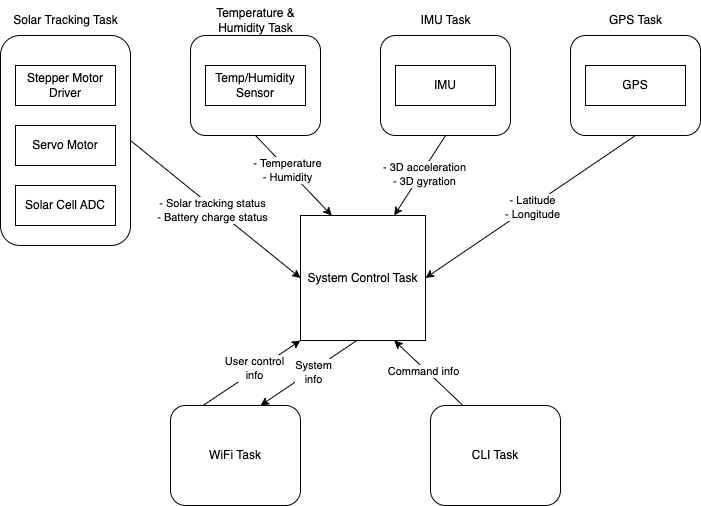
ese5160/final-project-a07g-a14g-t02-a-p-a-t-h-y keeps this draw.io diagram as a07g_images/a07g_tasks.png. Above is the earlier version. Source tidied: cells renumbered, new cells last; positions are measured from the earlier drawing's top-left corner, leaving out a move shared by most shapes. The source it was exported from:
```xml
<mxGraphModel>
  <root>
    <mxCell id="0" />
    <mxCell id="1" parent="0" />
    <mxCell id="2" value="System Control Task" style="whiteSpace=wrap;html=1;" parent="1" vertex="1">
      <mxGeometry x="300" y="215" width="125" height="125" as="geometry" />
    </mxCell>
    <mxCell id="3" style="rounded=1;whiteSpace=wrap;html=1;fillColor=none;" parent="1" vertex="1">
      <mxGeometry y="35" width="130" height="210" as="geometry" />
    </mxCell>
    <mxCell id="4" value="Solar Tracking Task" style="text;html=1;align=center;verticalAlign=middle;strokeColor=none;fillColor=none;" parent="1" vertex="1">
      <mxGeometry y="5" width="130" height="30" as="geometry" />
    </mxCell>
    <mxCell id="5" value="Stepper Motor Driver" style="rounded=0;whiteSpace=wrap;html=1;" parent="1" vertex="1">
      <mxGeometry x="15" y="65" width="100" height="40" as="geometry" />
    </mxCell>
    <mxCell id="6" value="Servo Motor" style="rounded=0;whiteSpace=wrap;html=1;" parent="1" vertex="1">
      <mxGeometry x="15" y="125" width="100" height="40" as="geometry" />
    </mxCell>
    <mxCell id="7" value="Solar Cell ADC" style="rounded=0;whiteSpace=wrap;html=1;" parent="1" vertex="1">
      <mxGeometry x="15" y="185" width="100" height="40" as="geometry" />
    </mxCell>
    <mxCell id="8" style="rounded=1;whiteSpace=wrap;html=1;fillColor=none;" parent="1" vertex="1">
      <mxGeometry x="190" y="35" width="130" height="100" as="geometry" />
    </mxCell>
    <mxCell id="9" value="Temperature &amp;amp;&lt;div&gt;Humidity&amp;nbsp;&lt;span style=&quot;background-color: transparent; color: light-dark(rgb(0, 0, 0), rgb(255, 255, 255));&quot;&gt;Task&lt;/span&gt;&lt;/div&gt;" style="text;html=1;align=center;verticalAlign=middle;strokeColor=none;fillColor=none;" parent="1" vertex="1">
      <mxGeometry x="205" width="100" height="40" as="geometry" />
    </mxCell>
    <mxCell id="10" value="Temp/Humidity Sensor" style="rounded=0;whiteSpace=wrap;html=1;" parent="1" vertex="1">
      <mxGeometry x="205" y="65" width="100" height="40" as="geometry" />
    </mxCell>
    <mxCell id="11" style="rounded=1;whiteSpace=wrap;html=1;fillColor=none;" parent="1" vertex="1">
      <mxGeometry x="380" y="35" width="130" height="100" as="geometry" />
    </mxCell>
    <mxCell id="12" value="IMU Task" style="text;html=1;align=center;verticalAlign=middle;strokeColor=none;fillColor=none;" parent="1" vertex="1">
      <mxGeometry x="410" y="5" width="70" height="30" as="geometry" />
    </mxCell>
    <mxCell id="13" value="IMU" style="rounded=0;whiteSpace=wrap;html=1;" parent="1" vertex="1">
      <mxGeometry x="395" y="65" width="100" height="40" as="geometry" />
    </mxCell>
    <mxCell id="14" style="rounded=1;whiteSpace=wrap;html=1;fillColor=none;" parent="1" vertex="1">
      <mxGeometry x="570" y="35" width="130" height="100" as="geometry" />
    </mxCell>
    <mxCell id="15" value="GPS Task" style="text;html=1;align=center;verticalAlign=middle;strokeColor=none;fillColor=none;" parent="1" vertex="1">
      <mxGeometry x="595" y="5" width="80" height="30" as="geometry" />
    </mxCell>
    <mxCell id="16" value="GPS" style="rounded=0;whiteSpace=wrap;html=1;" parent="1" vertex="1">
      <mxGeometry x="585" y="65" width="100" height="40" as="geometry" />
    </mxCell>
    <mxCell id="17" value="WiFi Task" style="rounded=1;whiteSpace=wrap;html=1;fillColor=none;" parent="1" vertex="1">
      <mxGeometry x="170" y="405" width="130" height="100" as="geometry" />
    </mxCell>
    <mxCell id="18" value="CLI Task" style="rounded=1;whiteSpace=wrap;html=1;fillColor=none;" parent="1" vertex="1">
      <mxGeometry x="430" y="405" width="130" height="100" as="geometry" />
    </mxCell>
    <mxCell id="19" style="endArrow=classic;html=1;rounded=0;exitX=0.5;exitY=1;exitDx=0;exitDy=0;entryX=0.25;entryY=0;entryDx=0;entryDy=0;" parent="1" edge="1" source="8" target="2">
      <mxGeometry relative="1" as="geometry" />
    </mxCell>
    <mxCell id="20" value="- Temperature&lt;div&gt;- Humidity&lt;/div&gt;" style="edgeLabel;html=1;align=center;verticalAlign=middle;" parent="19" vertex="1">
      <mxGeometry x="-0.14" y="-1" relative="1" as="geometry" />
    </mxCell>
    <mxCell id="21" style="endArrow=classic;html=1;rounded=0;entryX=0.75;entryY=0;entryDx=0;entryDy=0;exitX=0.5;exitY=1;exitDx=0;exitDy=0;" parent="1" edge="1" source="11" target="2">
      <mxGeometry relative="1" as="geometry" />
    </mxCell>
    <mxCell id="22" value="- 3D acceleration&lt;div&gt;- 3D gyration&lt;/div&gt;" style="edgeLabel;html=1;align=center;verticalAlign=middle;" parent="21" vertex="1">
      <mxGeometry x="-0.06" y="3" relative="1" as="geometry">
        <mxPoint y="-1" as="offset" />
      </mxGeometry>
    </mxCell>
    <mxCell id="23" style="endArrow=classic;html=1;rounded=0;exitX=0.5;exitY=1;exitDx=0;exitDy=0;entryX=1;entryY=0.5;entryDx=0;entryDy=0;" parent="1" edge="1" source="14" target="2">
      <mxGeometry relative="1" as="geometry" />
    </mxCell>
    <mxCell id="24" value="- Latitude&lt;div&gt;- Longitude&lt;/div&gt;" style="edgeLabel;html=1;align=center;verticalAlign=middle;" parent="23" vertex="1">
      <mxGeometry y="1" relative="1" as="geometry" />
    </mxCell>
    <mxCell id="25" style="endArrow=classic;html=1;rounded=0;exitX=1;exitY=0.5;exitDx=0;exitDy=0;entryX=0;entryY=0.5;entryDx=0;entryDy=0;" parent="1" edge="1" source="3" target="2">
      <mxGeometry relative="1" as="geometry" />
    </mxCell>
    <mxCell id="26" value="- Solar tracking status&lt;div&gt;- Battery charge status&lt;/div&gt;" style="edgeLabel;html=1;align=center;verticalAlign=middle;" parent="25" vertex="1">
      <mxGeometry x="-0.02" y="-3" relative="1" as="geometry" />
    </mxCell>
    <mxCell id="27" style="endArrow=classic;html=1;rounded=0;exitX=0.25;exitY=0;exitDx=0;exitDy=0;entryX=0;entryY=1;entryDx=0;entryDy=0;" parent="1" edge="1" source="17" target="2">
      <mxGeometry relative="1" as="geometry" />
    </mxCell>
    <mxCell id="28" value="User control&lt;div&gt;info&lt;/div&gt;" style="edgeLabel;html=1;align=center;verticalAlign=middle;" parent="27" vertex="1">
      <mxGeometry x="0.07" y="3" relative="1" as="geometry" />
    </mxCell>
    <mxCell id="29" style="endArrow=classic;html=1;rounded=0;entryX=0.5;entryY=0;entryDx=0;entryDy=0;exitX=0.25;exitY=1;exitDx=0;exitDy=0;" parent="1" edge="1">
      <mxGeometry relative="1" as="geometry">
        <mxPoint x="356.2" y="340" as="sourcePoint" />
        <mxPoint x="260" y="405" as="targetPoint" />
      </mxGeometry>
    </mxCell>
    <mxCell id="30" value="System&lt;div&gt;info&lt;/div&gt;" style="edgeLabel;html=1;align=center;verticalAlign=middle;" parent="29" vertex="1">
      <mxGeometry x="-0.07" y="2" relative="1" as="geometry" />
    </mxCell>
    <mxCell id="31" style="endArrow=classic;html=1;rounded=0;exitX=0.25;exitY=0;exitDx=0;exitDy=0;entryX=0.75;entryY=1;entryDx=0;entryDy=0;" parent="1" edge="1" source="18" target="2">
      <mxGeometry relative="1" as="geometry" />
    </mxCell>
    <mxCell id="32" value="Command info" style="edgeLabel;html=1;align=center;verticalAlign=middle;" parent="31" vertex="1">
      <mxGeometry x="0.12" y="2" relative="1" as="geometry" />
    </mxCell>
  </root>
</mxGraphModel>
```
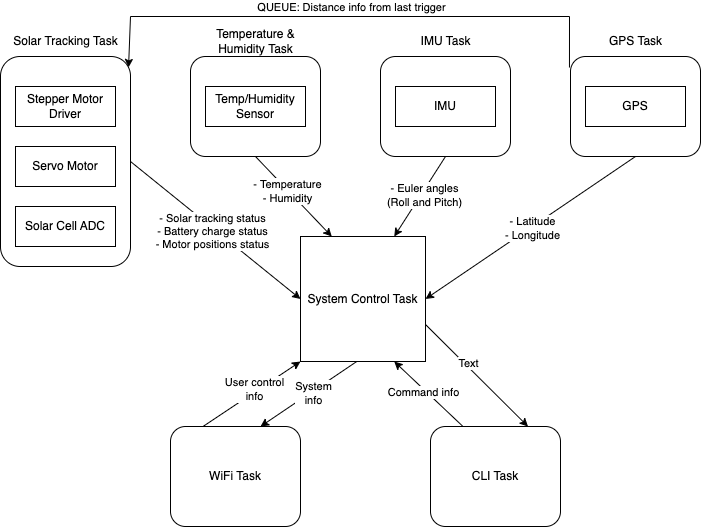
Later version of the same file.

Change to the diagram source:
```diff
@@ -62,7 +62,7 @@
     <mxCell id="21" style="endArrow=classic;html=1;rounded=0;entryX=0.75;entryY=0;entryDx=0;entryDy=0;exitX=0.5;exitY=1;exitDx=0;exitDy=0;" parent="1" edge="1" source="11" target="2">
       <mxGeometry relative="1" as="geometry" />
     </mxCell>
-    <mxCell id="22" value="- 3D acceleration&lt;div&gt;- 3D gyration&lt;/div&gt;" style="edgeLabel;html=1;align=center;verticalAlign=middle;" parent="21" vertex="1">
+    <mxCell id="22" value="- Euler angles&lt;div&gt;(Roll and Pitch)&lt;/div&gt;" style="edgeLabel;html=1;align=center;verticalAlign=middle;" parent="21" vertex="1">
       <mxGeometry x="-0.06" y="3" relative="1" as="geometry">
         <mxPoint y="-1" as="offset" />
       </mxGeometry>
@@ -76,7 +76,7 @@
     <mxCell id="25" style="endArrow=classic;html=1;rounded=0;exitX=1;exitY=0.5;exitDx=0;exitDy=0;entryX=0;entryY=0.5;entryDx=0;entryDy=0;" parent="1" edge="1" source="3" target="2">
       <mxGeometry relative="1" as="geometry" />
     </mxCell>
-    <mxCell id="26" value="- Solar tracking status&lt;div&gt;- Battery charge status&lt;/div&gt;" style="edgeLabel;html=1;align=center;verticalAlign=middle;" parent="25" vertex="1">
+    <mxCell id="26" value="- Solar tracking status&lt;div&gt;- Battery charge status&lt;/div&gt;&lt;div&gt;- Motor positions status&lt;/div&gt;" style="edgeLabel;html=1;align=center;verticalAlign=middle;" parent="25" vertex="1">
       <mxGeometry x="-0.02" y="-3" relative="1" as="geometry" />
     </mxCell>
     <mxCell id="27" style="endArrow=classic;html=1;rounded=0;exitX=0.25;exitY=0;exitDx=0;exitDy=0;entryX=0;entryY=1;entryDx=0;entryDy=0;" parent="1" edge="1" source="17" target="2">
@@ -100,5 +100,24 @@
     <mxCell id="32" value="Command info" style="edgeLabel;html=1;align=center;verticalAlign=middle;" parent="31" vertex="1">
       <mxGeometry x="0.12" y="2" relative="1" as="geometry" />
     </mxCell>
+    <mxCell id="33" style="endArrow=classic;html=1;rounded=0;exitX=-0.008;exitY=0.11;exitDx=0;exitDy=0;exitPerimeter=0;entryX=0.985;entryY=0.052;entryDx=0;entryDy=0;entryPerimeter=0;" parent="1" edge="1" source="14" target="3">
+      <mxGeometry relative="1" as="geometry">
+        <Array as="points">
+          <mxPoint x="569" y="-5" />
+          <mxPoint x="130" y="-5" />
+        </Array>
+      </mxGeometry>
+    </mxCell>
+    <mxCell id="34" value="QUEUE: Distance info from last trigger" style="edgeLabel;html=1;align=center;verticalAlign=middle;" parent="33" vertex="1">
+      <mxGeometry x="0.14" y="4" relative="1" as="geometry">
+        <mxPoint x="38" y="-14" as="offset" />
+      </mxGeometry>
+    </mxCell>
+    <mxCell id="35" style="endArrow=classic;html=1;rounded=0;entryX=0.75;entryY=0;entryDx=0;entryDy=0;exitX=1;exitY=0.704;exitDx=0;exitDy=0;exitPerimeter=0;" parent="1" edge="1" source="2" target="18">
+      <mxGeometry relative="1" as="geometry" />
+    </mxCell>
+    <mxCell id="36" value="Text" style="edgeLabel;html=1;align=center;verticalAlign=middle;" parent="35" vertex="1">
+      <mxGeometry x="-0.21" y="3" relative="1" as="geometry" />
+    </mxCell>
   </root>
 </mxGraphModel>
```
